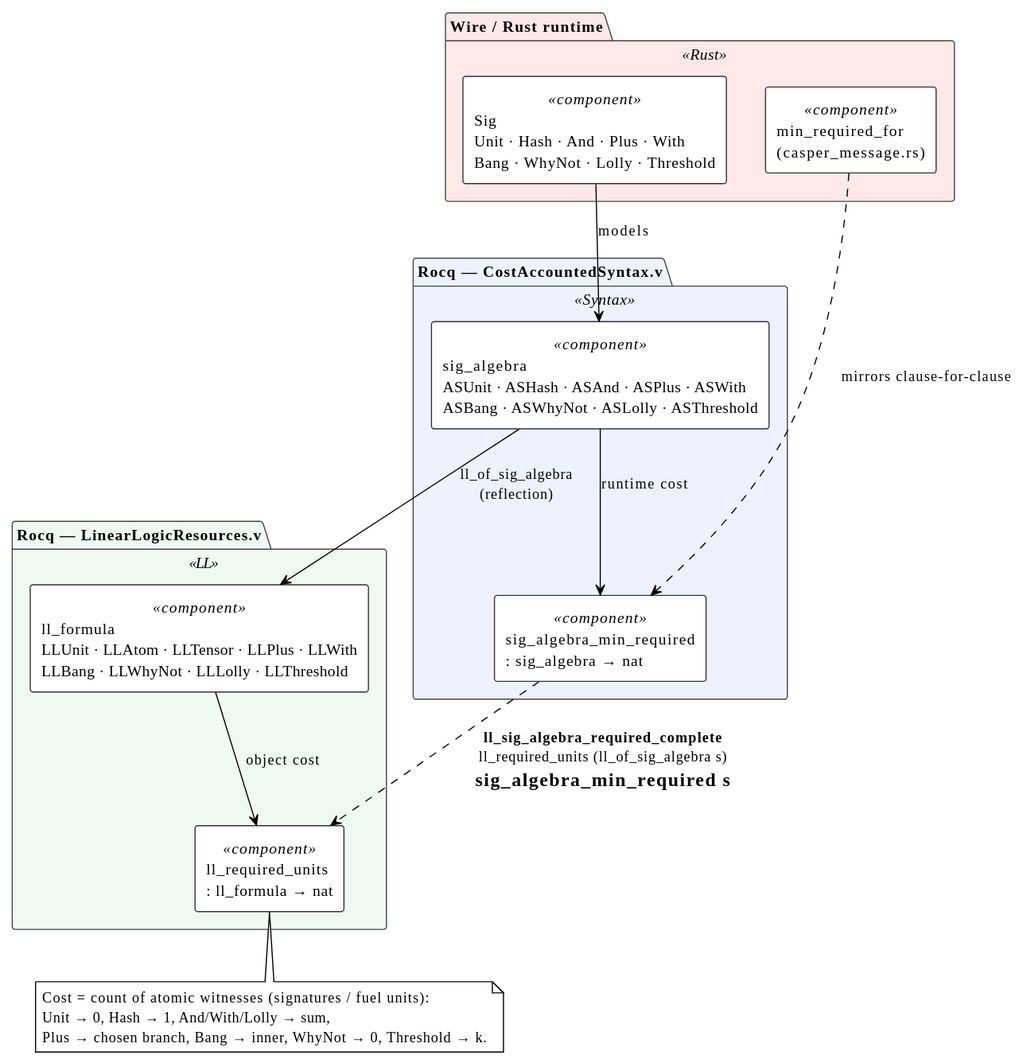
Above: docs/theory/diagrams/ll-reflection-pipeline.svg in F1R3FLY-io/f1r3node-rust (PlantUML), before the change. Source of this version:
```plantuml
@startuml
!theme plain

skinparam componentStyle rectangle
skinparam package {
  BackgroundColor<<Rust>>   #FFE8E8
  BackgroundColor<<Syntax>> #EEF2FF
  BackgroundColor<<LL>>     #EEFAF1
  BorderColor #444444
}
skinparam component {
  BackgroundColor #FFFFFF
  BorderColor     #333333
}

package "Wire / Rust runtime" <<Rust>> {
  component "Sig\nUnit · Hash · And · Plus · With\nBang · WhyNot · Lolly · Threshold" <<component>> as SIG
  component "min_required_for\n(casper_message.rs)" <<component>> as MRF
}

package "Rocq — CostAccountedSyntax.v" <<Syntax>> {
  component "sig_algebra\nASUnit · ASHash · ASAnd · ASPlus · ASWith\nASBang · ASWhyNot · ASLolly · ASThreshold" <<component>> as SA
  component "sig_algebra_min_required\n: sig_algebra → nat" <<component>> as SAMR
}

package "Rocq — LinearLogicResources.v" <<LL>> {
  component "ll_formula\nLLUnit · LLAtom · LLTensor · LLPlus · LLWith\nLLBang · LLWhyNot · LLLolly · LLThreshold" <<component>> as LLF
  component "ll_required_units\n: ll_formula → nat" <<component>> as LLRU
}

SIG --> SA   : models
SA  --> LLF  : ll_of_sig_algebra\n(reflection)
SA  --> SAMR : runtime cost
LLF --> LLRU : object cost
MRF ..> SAMR : mirrors clause-for-clause

SAMR ..> LLRU : <b>ll_sig_algebra_required_complete</b>\nll_required_units (ll_of_sig_algebra s)\n= sig_algebra_min_required s

note bottom of LLRU
  Cost = count of atomic witnesses (signatures / fuel units):
  Unit → 0, Hash → 1, And/With/Lolly → sum,
  Plus → chosen branch, Bang → inner, WhyNot → 0, Threshold → k.
end note
@enduml
```
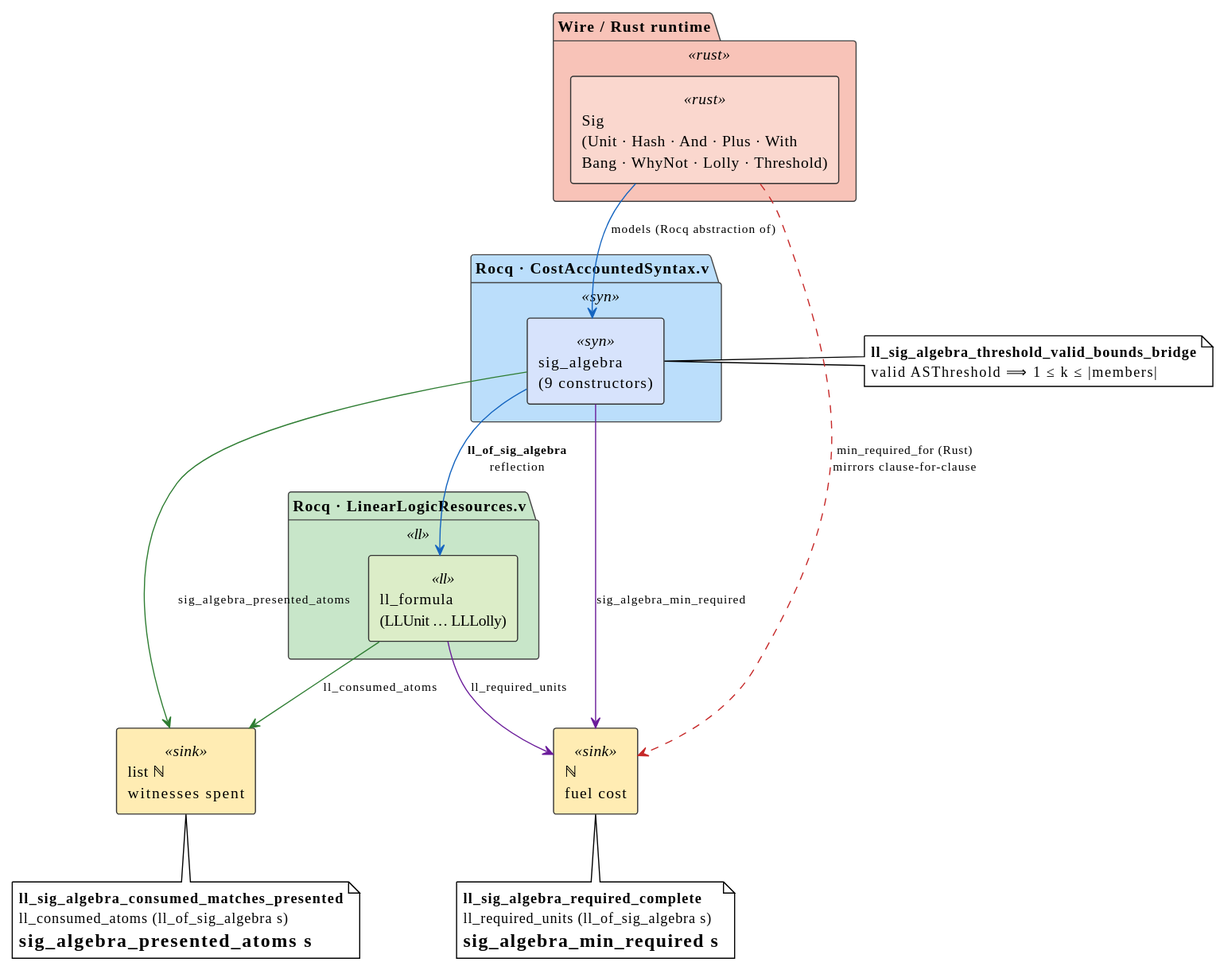
The same file after the commit.

Commit message:
[agent] docs(cost-accounted-rho): complete and fully colorize the five LL diagrams

What changed in the source:
```diff
@@ -1,44 +1,54 @@
 @startuml
 !theme plain
-
 skinparam componentStyle rectangle
+skinparam shadowing false
+skinparam ArrowFontSize 11
 skinparam package {
-  BackgroundColor<<Rust>>   #FFE8E8
-  BackgroundColor<<Syntax>> #EEF2FF
-  BackgroundColor<<LL>>     #EEFAF1
+  BackgroundColor<<rust>> #F8C3B8
+  BackgroundColor<<syn>>  #BBDEFB
+  BackgroundColor<<ll>>   #C8E6C9
   BorderColor #444444
 }
 skinparam component {
-  BackgroundColor #FFFFFF
-  BorderColor     #333333
+  BackgroundColor<<rust>> #FAD7CE
+  BackgroundColor<<syn>>  #D7E3FC
+  BackgroundColor<<ll>>   #DCEDC8
+  BackgroundColor<<sink>> #FFECB3
+  BorderColor #333333
 }
 
-package "Wire / Rust runtime" <<Rust>> {
-  component "Sig\nUnit · Hash · And · Plus · With\nBang · WhyNot · Lolly · Threshold" <<component>> as SIG
-  component "min_required_for\n(casper_message.rs)" <<component>> as MRF
+package "Wire / Rust runtime" <<rust>> {
+  component "Sig\n(Unit · Hash · And · Plus · With\nBang · WhyNot · Lolly · Threshold)" <<rust>> as SIG
 }
+package "Rocq · CostAccountedSyntax.v" <<syn>> {
+  component "sig_algebra\n(9 constructors)" <<syn>> as SA
+}
+package "Rocq · LinearLogicResources.v" <<ll>> {
+  component "ll_formula\n(LLUnit … LLLolly)" <<ll>> as LLF
+}
+component "ℕ\nfuel cost" <<sink>> as COST
+component "list ℕ\nwitnesses spent" <<sink>> as SPENT
 
-package "Rocq — CostAccountedSyntax.v" <<Syntax>> {
-  component "sig_algebra\nASUnit · ASHash · ASAnd · ASPlus · ASWith\nASBang · ASWhyNot · ASLolly · ASThreshold" <<component>> as SA
-  component "sig_algebra_min_required\n: sig_algebra → nat" <<component>> as SAMR
-}
+SIG -[#1565C0]-> SA   : models (Rocq abstraction of)
+SIG .[#C62828].> COST : min_required_for (Rust)\nmirrors clause-for-clause
+SA  -[#1565C0]-> LLF  : <b>ll_of_sig_algebra</b>\nreflection
+SA  -[#6A1B9A]-> COST  : sig_algebra_min_required
+LLF -[#6A1B9A]-> COST  : ll_required_units
+SA  -[#2E7D32]-> SPENT : sig_algebra_presented_atoms
+LLF -[#2E7D32]-> SPENT : ll_consumed_atoms
 
-package "Rocq — LinearLogicResources.v" <<LL>> {
-  component "ll_formula\nLLUnit · LLAtom · LLTensor · LLPlus · LLWith\nLLBang · LLWhyNot · LLLolly · LLThreshold" <<component>> as LLF
-  component "ll_required_units\n: ll_formula → nat" <<component>> as LLRU
-}
-
-SIG --> SA   : models
-SA  --> LLF  : ll_of_sig_algebra\n(reflection)
-SA  --> SAMR : runtime cost
-LLF --> LLRU : object cost
-MRF ..> SAMR : mirrors clause-for-clause
-
-SAMR ..> LLRU : <b>ll_sig_algebra_required_complete</b>\nll_required_units (ll_of_sig_algebra s)\n= sig_algebra_min_required s
-
-note bottom of LLRU
-  Cost = count of atomic witnesses (signatures / fuel units):
-  Unit → 0, Hash → 1, And/With/Lolly → sum,
-  Plus → chosen branch, Bang → inner, WhyNot → 0, Threshold → k.
+note bottom of COST
+  <b>ll_sig_algebra_required_complete</b>
+  ll_required_units (ll_of_sig_algebra s)
+  = sig_algebra_min_required s
+end note
+note bottom of SPENT
+  <b>ll_sig_algebra_consumed_matches_presented</b>
+  ll_consumed_atoms (ll_of_sig_algebra s)
+  = sig_algebra_presented_atoms s
+end note
+note right of SA
+  <b>ll_sig_algebra_threshold_valid_bounds_bridge</b>
+  valid ASThreshold ⟹ 1 ≤ k ≤ |members|
 end note
 @enduml
```
